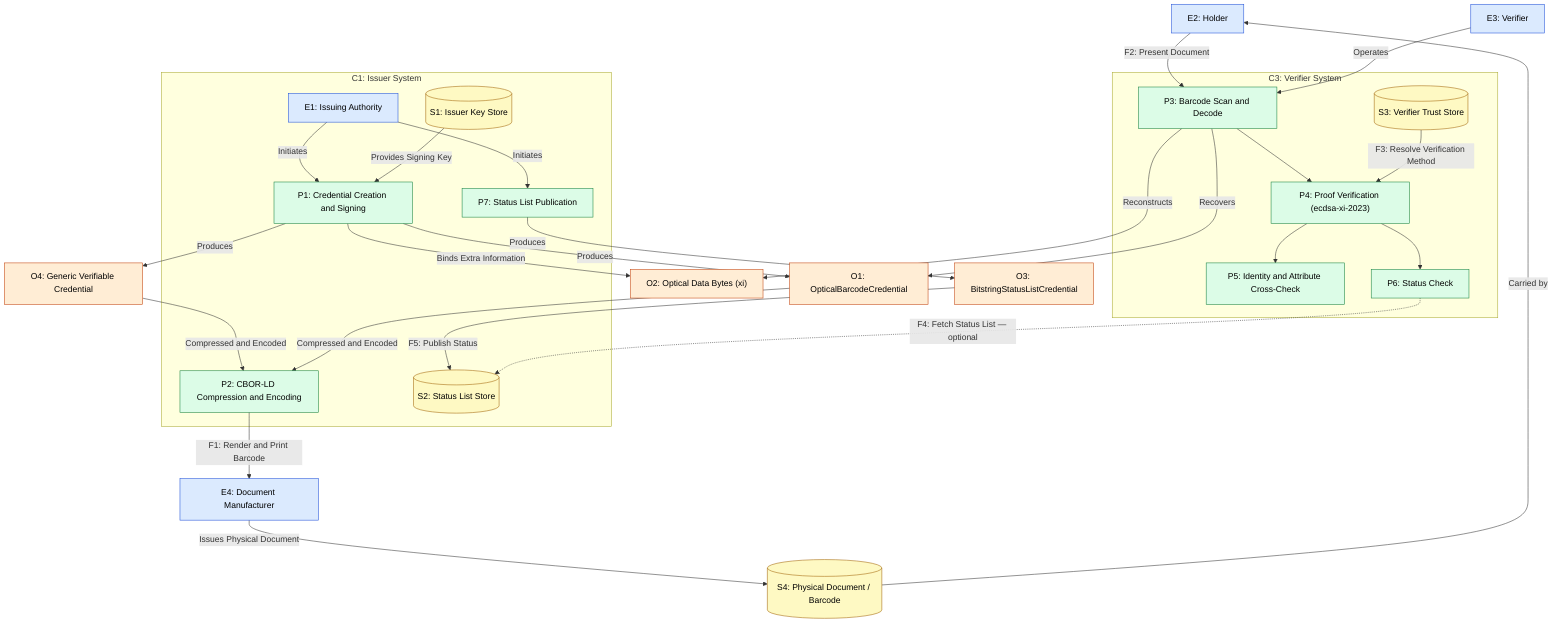
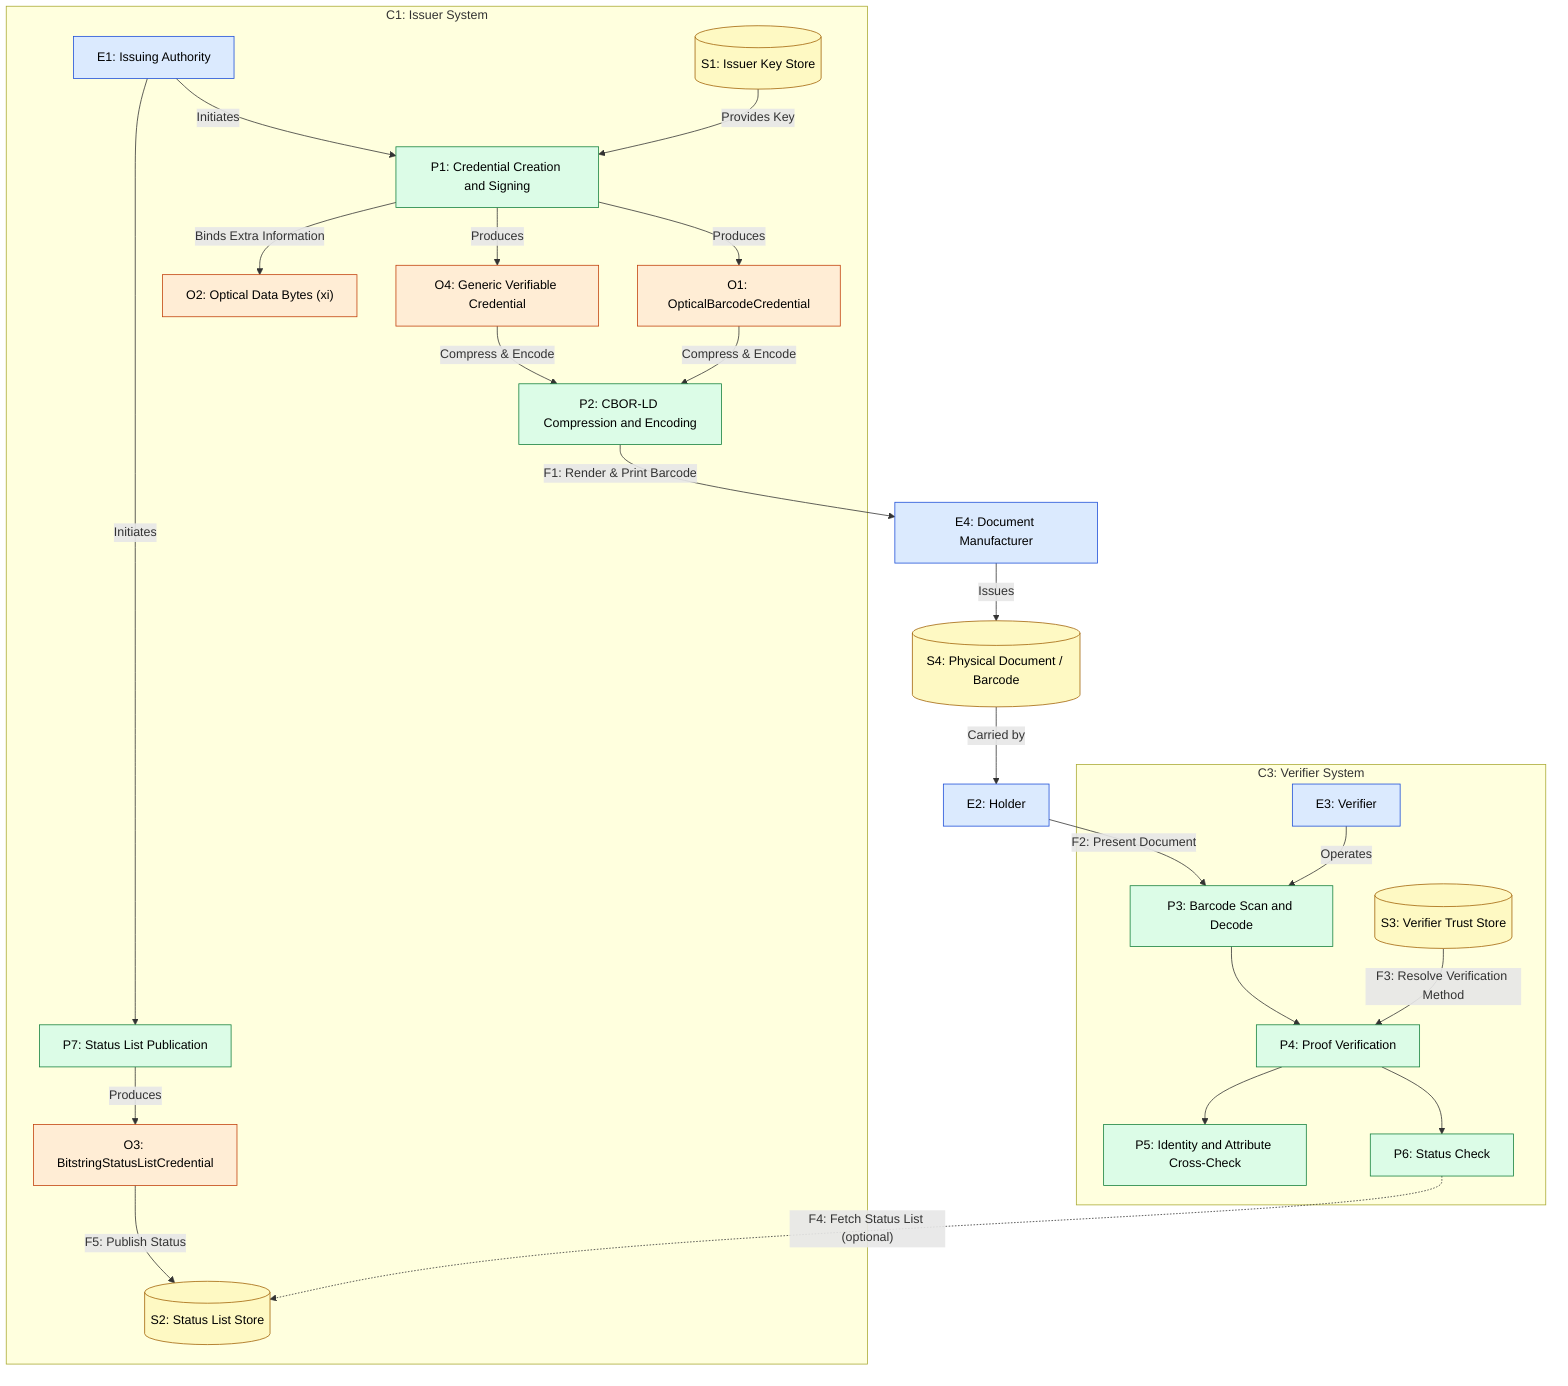
flowchart TD
  classDef entity  fill:#dbeafe,stroke:#1d4ed8,color:#000
  classDef process fill:#dcfce7,stroke:#15803d,color:#000
  classDef store   fill:#fef9c3,stroke:#a16207,color:#000
  classDef object  fill:#ffedd5,stroke:#c2410c,color:#000

  E2["E2: Holder"]:::entity
-   E3["E3: Verifier"]:::entity
  E4["E4: Document Manufacturer"]:::entity
- 
-   O1["O1: OpticalBarcodeCredential"]:::object
-   O2["O2: Optical Data Bytes (xi)"]:::object
-   O3["O3: BitstringStatusListCredential"]:::object
-   O4["O4: Generic Verifiable Credential"]:::object

  subgraph C1["C1: Issuer System"]
    E1["E1: Issuing Authority"]:::entity
    P1["P1: Credential Creation and Signing"]:::process
    P2["P2: CBOR-LD Compression and Encoding"]:::process
    P7["P7: Status List Publication"]:::process
    S1[("S1: Issuer Key Store")]:::store
    S2[("S2: Status List Store")]:::store
+     O1["O1: OpticalBarcodeCredential"]:::object
+     O2["O2: Optical Data Bytes (xi)"]:::object
+     O3["O3: BitstringStatusListCredential"]:::object
+     O4["O4: Generic Verifiable Credential"]:::object
  end

  subgraph C3["C3: Verifier System"]
    P3["P3: Barcode Scan and Decode"]:::process
-     P4["P4: Proof Verification (ecdsa-xi-2023)"]:::process
+     P4["P4: Proof Verification"]:::process
    P5["P5: Identity and Attribute Cross-Check"]:::process
    P6["P6: Status Check"]:::process
    S3[("S3: Verifier Trust Store")]:::store
+     E3["E3: Verifier"]:::entity
  end

  S4[("S4: Physical Document / Barcode")]:::store

  E1 -->|"Initiates"| P1
-   S1 -->|"Provides Signing Key"| P1
+   S1 -->|"Provides Key"| P1
  P1 -->|"Binds Extra Information"| O2
  P1 -->|"Produces"| O1
  P1 -->|"Produces"| O4
-   O4 -->|"Compressed and Encoded"| P2
-   O1 -->|"Compressed and Encoded"| P2
-   P2 -->|"F1: Render and Print Barcode"| E4
-   E4 -->|"Issues Physical Document"| S4
+   O4 -->|"Compress & Encode"| P2
+   O1 -->|"Compress & Encode"| P2
+   P2 -->|"F1: Render & Print Barcode"| E4
+   E4 -->|"Issues"| S4
  S4 -->|"Carried by"| E2

  E1 -->|"Initiates"| P7
  P7 -->|"Produces"| O3
  O3 -->|"F5: Publish Status"| S2

  E2 -->|"F2: Present Document"| P3
-   P3 -->|"Reconstructs"| O2
-   P3 -->|"Recovers"| O1
  E3 -->|"Operates"| P3
  P3 --> P4
  S3 -->|"F3: Resolve Verification Method"| P4
  P4 --> P5
  P4 --> P6
-   P6 -.->|"F4: Fetch Status List — optional"| S2
+   P6 -.->|"F4: Fetch Status List (optional)"| S2
